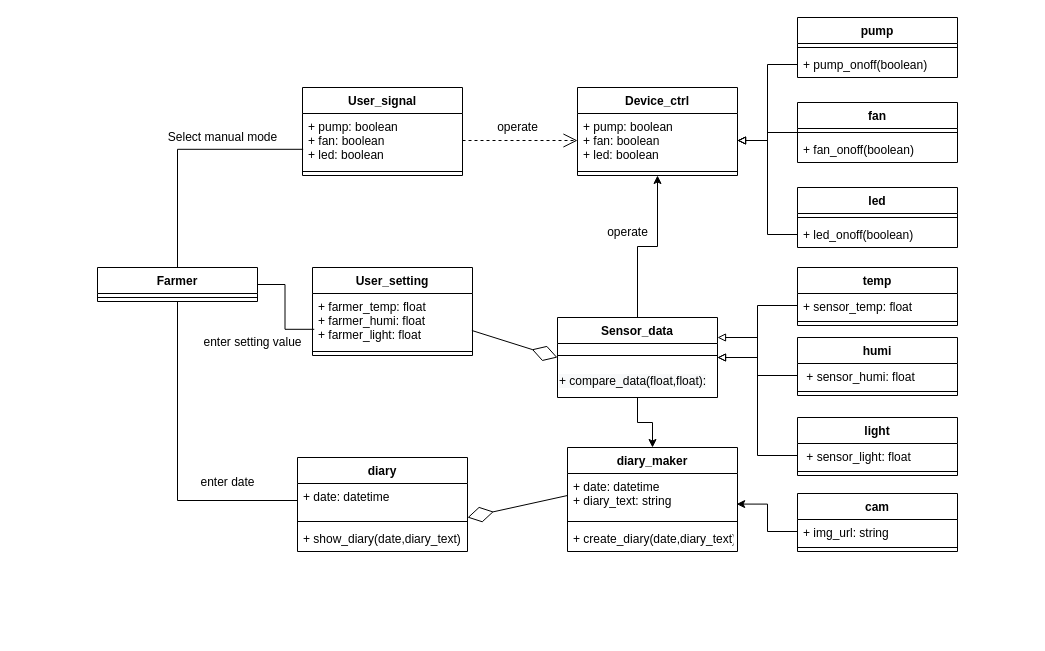
Above: 5주차/class_dg_ver2.drawio in sonmyungwon/Software-Development (draw.io), before the change. Source tidied: cells renumbered, new cells numbered last; positions are measured from the earlier drawing's top-left corner, leaving out a move shared by most shapes. Both pictures are drawn from the tidied source at 100%, with x=0, y=0 at pixel (97, 17).
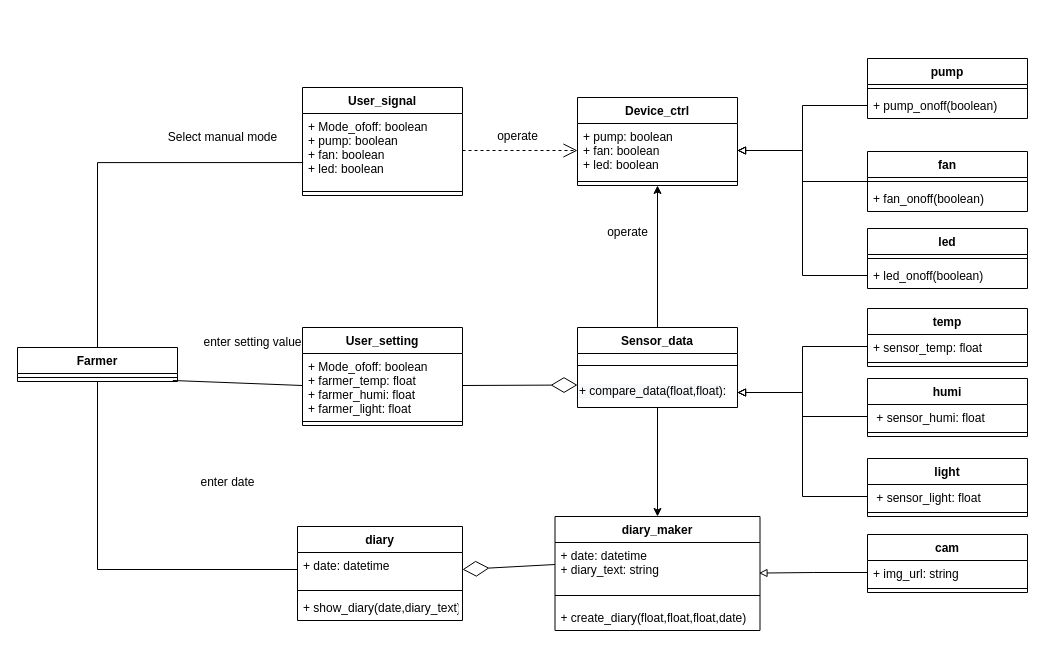
Above is the later version.

The change refers to these unchanged cells:
```xml
<mxCell id="8" value="&lt;span style=&quot;color: rgb(0, 0, 0); font-family: Helvetica; font-size: 12px; font-style: normal; font-variant-ligatures: normal; font-variant-caps: normal; font-weight: 400; letter-spacing: normal; orphans: 2; text-align: left; text-indent: 0px; text-transform: none; widows: 2; word-spacing: 0px; -webkit-text-stroke-width: 0px; background-color: rgb(248, 249, 250); text-decoration-thickness: initial; text-decoration-style: initial; text-decoration-color: initial; float: none; display: inline !important;&quot;&gt;+ compare_data(float,float):&lt;/span&gt;" style="text;whiteSpace=wrap;html=1;" parent="6" vertex="1">
  <mxGeometry y="50" width="160" height="30" as="geometry" />
</mxCell>
<mxCell id="17" style="line;strokeWidth=1;fillColor=none;align=left;verticalAlign=middle;spacingTop=-1;spacingLeft=3;spacingRight=3;labelPosition=right;points=[];portConstraint=eastwest;strokeColor=inherit;" parent="16" vertex="1">
  <mxGeometry y="26" width="160" height="8" as="geometry" />
</mxCell>
<mxCell id="47" value="+ sensor_temp: float" style="text;strokeColor=none;fillColor=none;align=left;verticalAlign=top;spacingLeft=4;spacingRight=4;overflow=hidden;points=[[0,0.5],[1,0.5]];portConstraint=eastwest;" parent="46" vertex="1">
  <mxGeometry y="26" width="160" height="24" as="geometry" />
</mxCell>
<mxCell id="50" value=" + sensor_humi: float&#10; " style="text;strokeColor=none;fillColor=none;align=left;verticalAlign=top;spacingLeft=4;spacingRight=4;overflow=hidden;points=[[0,0.5],[1,0.5]];portConstraint=eastwest;" parent="49" vertex="1">
  <mxGeometry y="26" width="160" height="24" as="geometry" />
</mxCell>
<mxCell id="53" value=" + sensor_light: float" style="text;strokeColor=none;fillColor=none;align=left;verticalAlign=top;spacingLeft=4;spacingRight=4;overflow=hidden;points=[[0,0.5],[1,0.5]];portConstraint=eastwest;" parent="52" vertex="1">
  <mxGeometry y="26" width="160" height="24" as="geometry" />
</mxCell>
<mxCell id="62" value="+ img_url: string&#10;" style="text;strokeColor=none;fillColor=none;align=left;verticalAlign=top;spacingLeft=4;spacingRight=4;overflow=hidden;points=[[0,0.5],[1,0.5]];portConstraint=eastwest;" parent="61" vertex="1">
  <mxGeometry y="26" width="160" height="24" as="geometry" />
</mxCell>
```

Diff of the diagram source:
```diff
@@
     <mxCell id="2" value="Device_ctrl" style="swimlane;fontStyle=1;align=center;verticalAlign=top;horizontal=1;startSize=26;" parent="1" vertex="1">
-      <mxGeometry x="480" y="70" width="160" height="88" as="geometry" />
+      <mxGeometry x="480" y="80" width="160" height="88" as="geometry" />
     </mxCell>
@@
     <mxCell id="6" value="Sensor_data" style="swimlane;fontStyle=1;align=center;verticalAlign=top;horizontal=1;startSize=26;" parent="1" vertex="1">
-      <mxGeometry x="460" y="300" width="160" height="80" as="geometry" />
+      <mxGeometry x="480" y="310" width="160" height="80" as="geometry" />
     </mxCell>
@@
     <mxCell id="9" value="diary" style="swimlane;fontStyle=1;align=center;verticalAlign=top;horizontal=1;startSize=26;" parent="1" vertex="1">
-      <mxGeometry x="200" y="440" width="170" height="94" as="geometry" />
+      <mxGeometry x="200" y="509" width="165" height="94" as="geometry" />
     </mxCell>
     <mxCell id="10" value="+ date: datetime&#10;" style="text;strokeColor=none;fillColor=none;align=left;verticalAlign=top;spacingLeft=4;spacingRight=4;overflow=hidden;points=[[0,0.5],[1,0.5]];portConstraint=eastwest;" parent="9" vertex="1">
-      <mxGeometry y="26" width="170" height="34" as="geometry" />
+      <mxGeometry y="26" width="165" height="34" as="geometry" />
     </mxCell>
     <mxCell id="11" style="line;strokeWidth=1;fillColor=none;align=left;verticalAlign=middle;spacingTop=-1;spacingLeft=3;spacingRight=3;labelPosition=right;strokeColor=inherit;" parent="9" vertex="1">
-      <mxGeometry y="60" width="170" height="8" as="geometry" />
+      <mxGeometry y="60" width="165" height="8" as="geometry" />
     </mxCell>
     <mxCell id="12" value="+ show_diary(date,diary_text)" style="text;strokeColor=none;fillColor=none;align=left;verticalAlign=top;spacingLeft=4;spacingRight=4;overflow=hidden;" parent="9" vertex="1">
-      <mxGeometry y="68" width="170" height="26" as="geometry" />
+      <mxGeometry y="68" width="165" height="26" as="geometry" />
     </mxCell>
@@
-    <mxCell id="14" style="edgeStyle=orthogonalEdgeStyle;rounded=0;jettySize=auto;html=1;exitX=1;exitY=0.5;exitDx=0;exitDy=0;entryX=0.011;entryY=0.663;entryDx=0;entryDy=0;entryPerimeter=0;endArrow=none;endFill=0;" parent="1" edge="1" source="16" target="22">
-      <mxGeometry relative="1" as="geometry" />
-    </mxCell>
@@
     <mxCell id="16" value="Farmer" style="swimlane;fontStyle=1;align=center;verticalAlign=top;horizontal=1;startSize=26;" parent="1" vertex="1">
-      <mxGeometry y="250" width="160" height="34" as="geometry" />
+      <mxGeometry x="-80" y="330" width="160" height="34" as="geometry" />
     </mxCell>
@@
     <mxCell id="18" value="User_signal" style="swimlane;fontStyle=1;align=center;verticalAlign=top;horizontal=1;startSize=26;" parent="1" vertex="1">
-      <mxGeometry x="205" y="70" width="160" height="88" as="geometry" />
+      <mxGeometry x="205" y="70" width="160" height="108" as="geometry" />
     </mxCell>
-    <mxCell id="19" value="+ pump: boolean&#10;+ fan: boolean&#10;+ led: boolean" style="text;strokeColor=none;fillColor=none;align=left;verticalAlign=top;spacingLeft=4;spacingRight=4;overflow=hidden;points=[[0,0.5],[1,0.5]];portConstraint=eastwest;" parent="18" vertex="1">
-      <mxGeometry y="26" width="160" height="54" as="geometry" />
+    <mxCell id="19" value="+ Mode_ofoff: boolean&#10;+ pump: boolean&#10;+ fan: boolean&#10;+ led: boolean&#10;" style="text;strokeColor=none;fillColor=none;align=left;verticalAlign=top;spacingLeft=4;spacingRight=4;overflow=hidden;points=[[0,0.5],[1,0.5]];portConstraint=eastwest;" parent="18" vertex="1">
+      <mxGeometry y="26" width="160" height="74" as="geometry" />
     </mxCell>
     <mxCell id="20" style="line;strokeWidth=1;fillColor=none;align=left;verticalAlign=middle;spacingTop=-1;spacingLeft=3;spacingRight=3;labelPosition=right;strokeColor=inherit;" parent="18" vertex="1">
-      <mxGeometry y="80" width="160" height="8" as="geometry" />
+      <mxGeometry y="100" width="160" height="8" as="geometry" />
     </mxCell>
     <mxCell id="21" value="User_setting" style="swimlane;fontStyle=1;align=center;verticalAlign=top;horizontal=1;startSize=26;" parent="1" vertex="1">
-      <mxGeometry x="215" y="250" width="160" height="88" as="geometry" />
+      <mxGeometry x="205" y="310" width="160" height="98" as="geometry" />
     </mxCell>
-    <mxCell id="22" value="+ farmer_temp: float&#10;+ farmer_humi: float&#10;+ farmer_light: float" style="text;strokeColor=none;fillColor=none;align=left;verticalAlign=top;spacingLeft=4;spacingRight=4;overflow=hidden;points=[[0,0.5],[1,0.5]];portConstraint=eastwest;" parent="21" vertex="1">
-      <mxGeometry y="26" width="160" height="54" as="geometry" />
+    <mxCell id="22" value="+ Mode_ofoff: boolean&#10;+ farmer_temp: float&#10;+ farmer_humi: float&#10;+ farmer_light: float" style="text;strokeColor=none;fillColor=none;align=left;verticalAlign=top;spacingLeft=4;spacingRight=4;overflow=hidden;points=[[0,0.5],[1,0.5]];portConstraint=eastwest;" parent="21" vertex="1">
+      <mxGeometry y="26" width="160" height="64" as="geometry" />
     </mxCell>
     <mxCell id="23" style="line;strokeWidth=1;fillColor=none;align=left;verticalAlign=middle;spacingTop=-1;spacingLeft=3;spacingRight=3;labelPosition=right;strokeColor=inherit;" parent="21" vertex="1">
-      <mxGeometry y="80" width="160" height="8" as="geometry" />
+      <mxGeometry y="90" width="160" height="8" as="geometry" />
     </mxCell>
@@
     <mxCell id="25" value="operate" style="text;html=1;align=center;verticalAlign=middle;strokeColor=none;fillColor=none;" parent="1" vertex="1">
-      <mxGeometry x="390" y="95" width="60" height="30" as="geometry" />
+      <mxGeometry x="390" y="104" width="60" height="30" as="geometry" />
     </mxCell>
@@
-    <mxCell id="27" style="endArrow=diamondThin;endFill=0;endSize=24;html=1;rounded=0;entryX=0;entryY=0.5;entryDx=0;entryDy=0;exitX=0.996;exitY=0.685;exitDx=0;exitDy=0;exitPerimeter=0;" parent="1" edge="1" source="22" target="6">
+    <mxCell id="27" style="endArrow=diamondThin;endFill=0;endSize=24;html=1;rounded=0;entryX=0;entryY=0.25;entryDx=0;entryDy=0;exitX=1;exitY=0.5;exitDx=0;exitDy=0;" parent="1" edge="1" source="22" target="8">
       <mxGeometry relative="1" as="geometry" />
     </mxCell>
@@
     <mxCell id="31" value="diary_maker" style="swimlane;fontStyle=1;align=center;verticalAlign=top;horizontal=1;startSize=26;" parent="1" vertex="1">
-      <mxGeometry x="470" y="430" width="170" height="104" as="geometry" />
+      <mxGeometry x="457.5" y="499" width="205" height="114" as="geometry" />
     </mxCell>
     <mxCell id="32" value="+ date: datetime&#10;+ diary_text: string&#10;" style="text;strokeColor=none;fillColor=none;align=left;verticalAlign=top;spacingLeft=4;spacingRight=4;overflow=hidden;points=[[0,0.5],[1,0.5]];portConstraint=eastwest;" parent="31" vertex="1">
-      <mxGeometry y="26" width="170" height="44" as="geometry" />
+      <mxGeometry y="26" width="205" height="44" as="geometry" />
     </mxCell>
     <mxCell id="33" style="line;strokeWidth=1;fillColor=none;align=left;verticalAlign=middle;spacingTop=-1;spacingLeft=3;spacingRight=3;labelPosition=right;strokeColor=inherit;" parent="31" vertex="1">
-      <mxGeometry y="70" width="170" height="8" as="geometry" />
+      <mxGeometry y="70" width="205" height="18" as="geometry" />
     </mxCell>
-    <mxCell id="34" value="+ create_diary(date,diary_text)" style="text;strokeColor=none;fillColor=none;align=left;verticalAlign=top;spacingLeft=4;spacingRight=4;overflow=hidden;" parent="31" vertex="1">
-      <mxGeometry y="78" width="170" height="26" as="geometry" />
+    <mxCell id="34" value="+ create_diary(float,float,float,date)" style="text;strokeColor=none;fillColor=none;align=left;verticalAlign=top;spacingLeft=4;spacingRight=4;overflow=hidden;" parent="31" vertex="1">
+      <mxGeometry y="88" width="205" height="26" as="geometry" />
     </mxCell>
-    <mxCell id="35" style="endArrow=diamondThin;endFill=0;endSize=24;html=1;rounded=0;exitX=0;exitY=0.5;exitDx=0;exitDy=0;" parent="1" edge="1" source="32">
-      <mxGeometry relative="1" as="geometry">
-        <mxPoint x="370" y="500" as="targetPoint" />
-      </mxGeometry>
+    <mxCell id="35" style="endArrow=diamondThin;endFill=0;endSize=24;html=1;rounded=0;exitX=0;exitY=0.5;exitDx=0;exitDy=0;entryX=1;entryY=0.5;entryDx=0;entryDy=0;" parent="1" edge="1" source="32" target="10">
+      <mxGeometry relative="1" as="geometry" />
     </mxCell>
     <mxCell id="36" value="pump" style="swimlane;fontStyle=1;align=center;verticalAlign=top;horizontal=1;startSize=26;strokeColor=default;" parent="1" vertex="1">
-      <mxGeometry x="700" width="160" height="60" as="geometry" />
+      <mxGeometry x="770" y="41" width="160" height="60" as="geometry" />
     </mxCell>
@@
     <mxCell id="40" value="fan" style="swimlane;fontStyle=1;align=center;verticalAlign=top;horizontal=1;startSize=26;strokeColor=default;" parent="1" vertex="1">
-      <mxGeometry x="700" y="85" width="160" height="60" as="geometry" />
+      <mxGeometry x="770" y="134" width="160" height="60" as="geometry" />
     </mxCell>
@@
     <mxCell id="43" value="led" style="swimlane;fontStyle=1;align=center;verticalAlign=top;horizontal=1;startSize=26;strokeColor=default;" parent="1" vertex="1">
-      <mxGeometry x="700" y="170" width="160" height="60" as="geometry" />
+      <mxGeometry x="770" y="211" width="160" height="60" as="geometry" />
     </mxCell>
@@
     <mxCell id="46" value="temp" style="swimlane;fontStyle=1;align=center;verticalAlign=top;horizontal=1;startSize=26;" parent="1" vertex="1">
-      <mxGeometry x="700" y="250" width="160" height="58" as="geometry" />
+      <mxGeometry x="770" y="291" width="160" height="58" as="geometry" />
     </mxCell>
@@
     <mxCell id="49" value="humi" style="swimlane;fontStyle=1;align=center;verticalAlign=top;horizontal=1;startSize=26;" parent="1" vertex="1">
-      <mxGeometry x="700" y="320" width="160" height="58" as="geometry" />
+      <mxGeometry x="770" y="361" width="160" height="58" as="geometry" />
     </mxCell>
@@
     <mxCell id="52" value="light" style="swimlane;fontStyle=1;align=center;verticalAlign=top;horizontal=1;startSize=26;" parent="1" vertex="1">
-      <mxGeometry x="700" y="400" width="160" height="58" as="geometry" />
+      <mxGeometry x="770" y="441" width="160" height="58" as="geometry" />
     </mxCell>
@@
-    <mxCell id="55" style="edgeStyle=orthogonalEdgeStyle;rounded=0;jettySize=auto;html=1;exitX=0;exitY=0.5;exitDx=0;exitDy=0;endArrow=block;endFill=0;" parent="1" edge="1" source="47" target="6">
-      <mxGeometry relative="1" as="geometry" />
-    </mxCell>
-    <mxCell id="56" style="edgeStyle=orthogonalEdgeStyle;rounded=0;jettySize=auto;html=1;exitX=0;exitY=0.5;exitDx=0;exitDy=0;endArrow=block;endFill=0;entryX=1;entryY=0.25;entryDx=0;entryDy=0;" parent="1" edge="1" source="50" target="6">
-      <mxGeometry relative="1" as="geometry" />
-    </mxCell>
-    <mxCell id="57" style="edgeStyle=orthogonalEdgeStyle;rounded=0;jettySize=auto;html=1;exitX=0;exitY=0.5;exitDx=0;exitDy=0;endArrow=block;endFill=0;entryX=1;entryY=0.5;entryDx=0;entryDy=0;" parent="1" edge="1" source="53" target="6">
-      <mxGeometry relative="1" as="geometry" />
-    </mxCell>
@@
     <mxCell id="61" value="cam" style="swimlane;fontStyle=1;align=center;verticalAlign=top;horizontal=1;startSize=26;" parent="1" vertex="1">
-      <mxGeometry x="700" y="476" width="160" height="58" as="geometry" />
+      <mxGeometry x="770" y="517" width="160" height="58" as="geometry" />
     </mxCell>
@@
-    <mxCell id="64" style="edgeStyle=orthogonalEdgeStyle;rounded=0;jettySize=auto;html=1;exitX=0;exitY=0.5;exitDx=0;exitDy=0;entryX=0.995;entryY=0.695;entryDx=0;entryDy=0;entryPerimeter=0;endArrow=classic;endFill=1;" parent="1" edge="1" source="62" target="32">
+    <mxCell id="64" style="edgeStyle=orthogonalEdgeStyle;rounded=0;jettySize=auto;html=1;exitX=0;exitY=0.5;exitDx=0;exitDy=0;entryX=0.995;entryY=0.695;entryDx=0;entryDy=0;entryPerimeter=0;endArrow=block;endFill=0;" parent="1" edge="1" source="62" target="32">
       <mxGeometry relative="1" as="geometry" />
     </mxCell>
+    <mxCell id="65" style="endArrow=none;html=1;rounded=0;exitX=0.971;exitY=0.875;exitDx=0;exitDy=0;exitPerimeter=0;entryX=0;entryY=0.5;entryDx=0;entryDy=0;" parent="1" edge="1" source="17" target="22">
+      <mxGeometry relative="1" as="geometry" />
+    </mxCell>
+    <mxCell id="66" style="edgeStyle=orthogonalEdgeStyle;rounded=0;jettySize=auto;html=1;exitX=0;exitY=0.5;exitDx=0;exitDy=0;endArrow=block;endFill=0;entryX=1;entryY=0.5;entryDx=0;entryDy=0;" parent="1" edge="1" source="50" target="8">
+      <mxGeometry relative="1" as="geometry" />
+    </mxCell>
+    <mxCell id="67" style="edgeStyle=orthogonalEdgeStyle;rounded=0;jettySize=auto;html=1;exitX=0;exitY=0.5;exitDx=0;exitDy=0;endArrow=block;endFill=0;entryX=1;entryY=0.5;entryDx=0;entryDy=0;" parent="1" edge="1" source="47" target="8">
+      <mxGeometry relative="1" as="geometry" />
+    </mxCell>
+    <mxCell id="68" style="edgeStyle=orthogonalEdgeStyle;rounded=0;jettySize=auto;html=1;exitX=0;exitY=0.5;exitDx=0;exitDy=0;endArrow=block;endFill=0;entryX=1;entryY=0.5;entryDx=0;entryDy=0;" parent="1" edge="1" source="53" target="8">
+      <mxGeometry relative="1" as="geometry" />
+    </mxCell>
```
